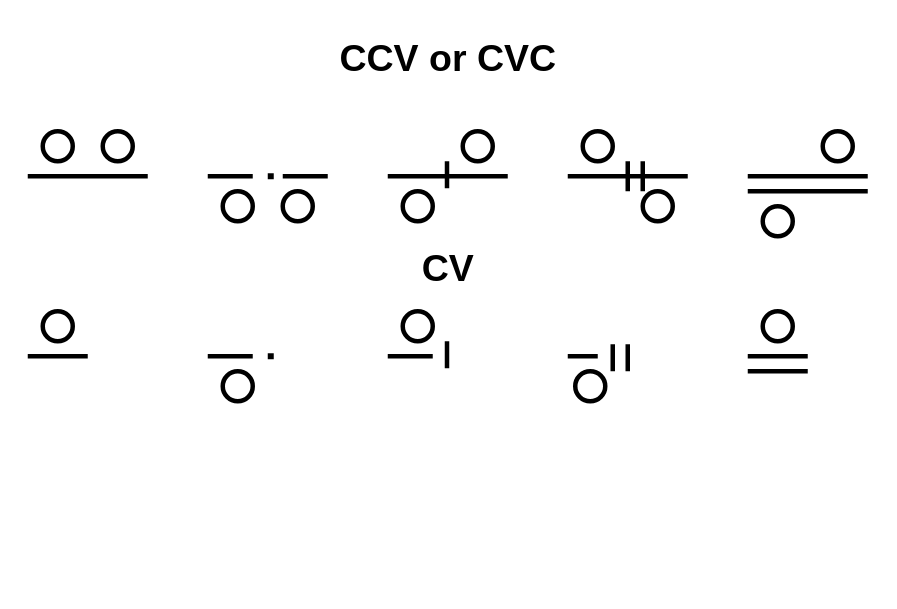
Before: eberban.drawio in fromZahir2Aleph/eberban-writing, a draw.io diagram. Source tidied: cells renumbered, new cells numbered last; positions are measured from the earlier drawing's top-left corner, leaving out a move shared by most shapes. Both pictures are drawn from the tidied source at 150%, with x=0, y=0 at pixel (27, 26).
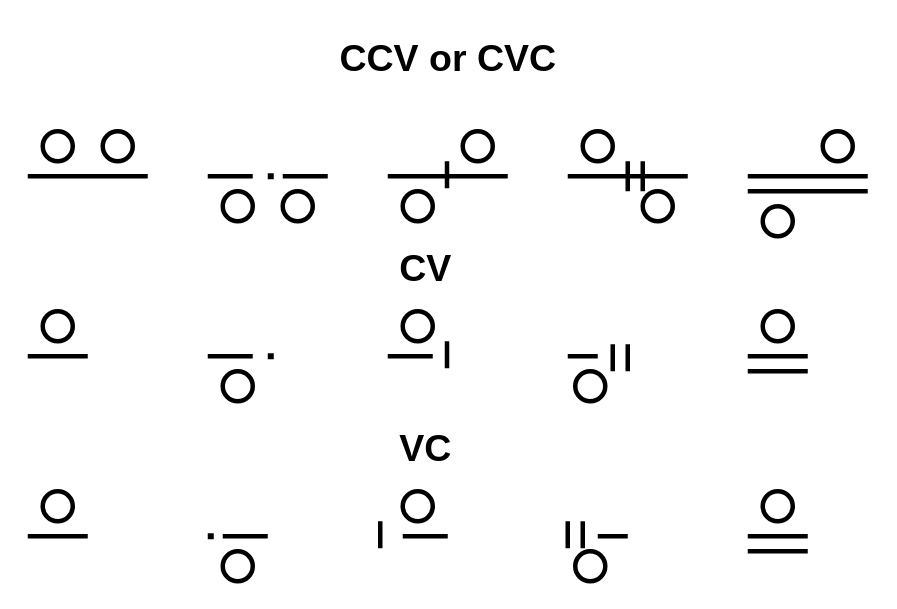
The same diagram, later.

What changed in the source:
```diff
@@
     <mxCell id="22" value="CV" style="text;html=1;align=center;verticalAlign=middle;strokeColor=none;fillColor=none;fontSize=25;fontStyle=1;" parent="1" vertex="1">
-      <mxGeometry x="250" y="140" width="60" height="40" as="geometry" />
+      <mxGeometry x="235" y="140" width="60" height="40" as="geometry" />
     </mxCell>
@@
+    <mxCell id="40" value="VC" style="text;html=1;align=center;verticalAlign=middle;strokeColor=none;fillColor=none;fontSize=25;fontStyle=1;" parent="1" vertex="1">
+      <mxGeometry x="235" y="260" width="60" height="40" as="geometry" />
+    </mxCell>
+    <mxCell id="41" style="endArrow=none;html=1;rounded=0;strokeWidth=3;" parent="1" edge="1">
+      <mxGeometry relative="1" as="geometry">
+        <mxPoint y="340" as="sourcePoint" />
+        <mxPoint x="40" y="340" as="targetPoint" />
+      </mxGeometry>
+    </mxCell>
+    <mxCell id="42" style="ellipse;whiteSpace=wrap;html=1;strokeWidth=3;" parent="1" vertex="1">
+      <mxGeometry x="10" y="310" width="20" height="20" as="geometry" />
+    </mxCell>
+    <mxCell id="43" style="endArrow=none;html=1;rounded=0;strokeWidth=3;" parent="1" edge="1">
+      <mxGeometry relative="1" as="geometry">
+        <mxPoint x="130" y="340" as="sourcePoint" />
+        <mxPoint x="160" y="340" as="targetPoint" />
+      </mxGeometry>
+    </mxCell>
+    <mxCell id="44" style="endArrow=none;dashed=1;html=1;dashPattern=1 3;strokeWidth=4;rounded=0;" parent="1" edge="1">
+      <mxGeometry relative="1" as="geometry">
+        <mxPoint x="120" y="340" as="sourcePoint" />
+        <mxPoint x="130" y="340" as="targetPoint" />
+      </mxGeometry>
+    </mxCell>
+    <mxCell id="45" style="ellipse;whiteSpace=wrap;html=1;strokeWidth=3;" parent="1" vertex="1">
+      <mxGeometry x="130" y="350" width="20" height="20" as="geometry" />
+    </mxCell>
+    <mxCell id="46" style="endArrow=none;html=1;rounded=0;strokeWidth=3;" parent="1" edge="1">
+      <mxGeometry relative="1" as="geometry">
+        <mxPoint x="250" y="340" as="sourcePoint" />
+        <mxPoint x="280" y="340" as="targetPoint" />
+      </mxGeometry>
+    </mxCell>
+    <mxCell id="47" style="endArrow=none;html=1;rounded=0;strokeWidth=3;" parent="1" edge="1">
+      <mxGeometry relative="1" as="geometry">
+        <mxPoint x="235" y="330" as="sourcePoint" />
+        <mxPoint x="235" y="348" as="targetPoint" />
+      </mxGeometry>
+    </mxCell>
+    <mxCell id="48" style="endArrow=none;html=1;rounded=0;strokeWidth=3;" parent="1" edge="1">
+      <mxGeometry relative="1" as="geometry">
+        <mxPoint x="400" y="340" as="sourcePoint" />
+        <mxPoint x="380" y="340" as="targetPoint" />
+      </mxGeometry>
+    </mxCell>
+    <mxCell id="49" style="endArrow=none;html=1;rounded=0;strokeWidth=3;" parent="1" edge="1">
+      <mxGeometry relative="1" as="geometry">
+        <mxPoint x="480" y="340" as="sourcePoint" />
+        <mxPoint x="520" y="340" as="targetPoint" />
+      </mxGeometry>
+    </mxCell>
+    <mxCell id="50" style="endArrow=none;html=1;rounded=0;strokeWidth=3;" parent="1" edge="1">
+      <mxGeometry relative="1" as="geometry">
+        <mxPoint x="480" y="350" as="sourcePoint" />
+        <mxPoint x="520" y="350" as="targetPoint" />
+      </mxGeometry>
+    </mxCell>
+    <mxCell id="51" style="ellipse;whiteSpace=wrap;html=1;strokeWidth=3;" parent="1" vertex="1">
+      <mxGeometry x="250" y="310" width="20" height="20" as="geometry" />
+    </mxCell>
+    <mxCell id="52" style="ellipse;whiteSpace=wrap;html=1;strokeWidth=3;" parent="1" vertex="1">
+      <mxGeometry x="365" y="350" width="20" height="20" as="geometry" />
+    </mxCell>
+    <mxCell id="53" style="ellipse;whiteSpace=wrap;html=1;strokeWidth=3;" parent="1" vertex="1">
+      <mxGeometry x="490" y="310" width="20" height="20" as="geometry" />
+    </mxCell>
+    <mxCell id="54" style="endArrow=none;html=1;rounded=0;strokeWidth=3;" parent="1" edge="1">
+      <mxGeometry relative="1" as="geometry">
+        <mxPoint x="360" y="330" as="sourcePoint" />
+        <mxPoint x="360" y="348" as="targetPoint" />
+      </mxGeometry>
+    </mxCell>
+    <mxCell id="55" style="endArrow=none;html=1;rounded=0;strokeWidth=3;" parent="1" edge="1">
+      <mxGeometry relative="1" as="geometry">
+        <mxPoint x="370" y="330" as="sourcePoint" />
+        <mxPoint x="370" y="348" as="targetPoint" />
+      </mxGeometry>
+    </mxCell>
```
